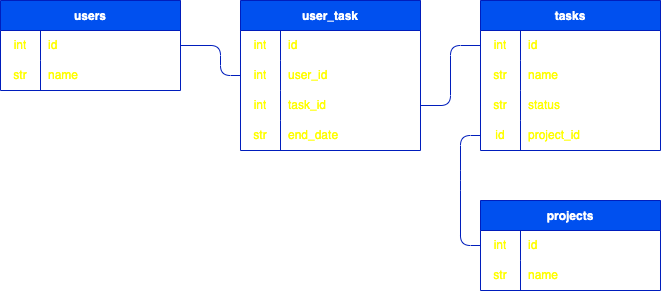
Before: dbdiagram.png, a diagram exported from draw.io (irakush/kanban-board). Source tidied: cells renumbered, new cells last; positions are measured from the earlier drawing's top-left corner, leaving out a move shared by most shapes.
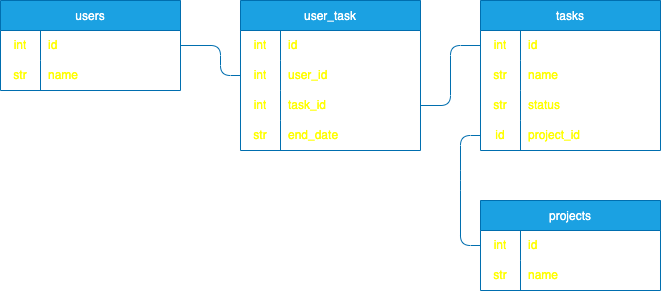
After the commit.

What changed in the source:
```diff
@@ -2,7 +2,7 @@
   <root>
     <mxCell id="0" />
     <mxCell id="1" parent="0" />
-    <mxCell id="2" value="users" style="shape=table;startSize=30;rowLines=0;fontStyle=1;fillColor=#0050ef;fontColor=#ffffff;strokeColor=#001DBC;" parent="1" vertex="1">
+    <mxCell id="2" value="users" style="shape=table;startSize=30;rowLines=0;fontStyle=0;fillColor=#1ba1e2;fontColor=#FFFFFF;strokeColor=#006EAF;" parent="1" vertex="1">
       <mxGeometry width="180" height="90" as="geometry" />
     </mxCell>
     <mxCell id="3" style="shape=tableRow;horizontal=0;startSize=0;swimlaneHead=0;swimlaneBody=0;top=0;left=0;bottom=0;right=0;fillColor=none;points=[[0,0.5],[1,0.5]];portConstraint=eastwest;" parent="2" vertex="1">
@@ -23,7 +23,7 @@
     <mxCell id="8" value="name" style="shape=partialRectangle;html=1;whiteSpace=wrap;fillColor=none;top=0;left=0;bottom=0;right=0;align=left;spacingLeft=6;overflow=hidden;fontColor=#FFFF00;" parent="6" vertex="1">
       <mxGeometry x="40" width="140" height="30" as="geometry" />
     </mxCell>
-    <mxCell id="9" value="tasks" style="shape=table;startSize=30;rowLines=0;fontStyle=1;fillColor=#0050ef;fontColor=#ffffff;strokeColor=#001DBC;" parent="1" vertex="1">
+    <mxCell id="9" value="tasks" style="shape=table;startSize=30;rowLines=0;fontStyle=0;fillColor=#1ba1e2;fontColor=#ffffff;strokeColor=#006EAF;" parent="1" vertex="1">
       <mxGeometry x="480" width="180" height="150" as="geometry" />
     </mxCell>
     <mxCell id="10" style="shape=tableRow;horizontal=0;startSize=0;swimlaneHead=0;swimlaneBody=0;top=0;left=0;bottom=0;right=0;fillColor=none;points=[[0,0.5],[1,0.5]];portConstraint=eastwest;" parent="9" vertex="1">
@@ -62,7 +62,7 @@
     <mxCell id="21" value="project_id" style="shape=partialRectangle;html=1;whiteSpace=wrap;fillColor=none;top=0;left=0;bottom=0;right=0;align=left;spacingLeft=6;overflow=hidden;fontColor=#FFFF00;" parent="19" vertex="1">
       <mxGeometry x="40" width="140" height="30" as="geometry" />
     </mxCell>
-    <mxCell id="22" value="user_task" style="shape=table;startSize=30;rowLines=0;fontStyle=1;fillColor=#0050ef;fontColor=#ffffff;strokeColor=#001DBC;" parent="1" vertex="1">
+    <mxCell id="22" value="user_task" style="shape=table;startSize=30;rowLines=0;fontStyle=0;fillColor=#1ba1e2;fontColor=#ffffff;strokeColor=#006EAF;" parent="1" vertex="1">
       <mxGeometry x="240" width="180" height="150" as="geometry" />
     </mxCell>
     <mxCell id="23" style="shape=tableRow;horizontal=0;startSize=0;swimlaneHead=0;swimlaneBody=0;top=0;left=0;bottom=0;right=0;fillColor=none;" parent="22" vertex="1">
@@ -101,7 +101,7 @@
     <mxCell id="34" value="end_date" style="shape=partialRectangle;html=1;whiteSpace=wrap;fillColor=none;top=0;left=0;bottom=0;right=0;align=left;spacingLeft=6;overflow=hidden;fontColor=#FFFF00;" parent="32" vertex="1">
       <mxGeometry x="40" width="140" height="30" as="geometry" />
     </mxCell>
-    <mxCell id="35" value="projects" style="shape=table;startSize=30;rowLines=0;fontStyle=1;fillColor=#0050ef;fontColor=#ffffff;strokeColor=#001DBC;" parent="1" vertex="1">
+    <mxCell id="35" value="projects" style="shape=table;startSize=30;rowLines=0;fontStyle=0;fillColor=#1ba1e2;fontColor=#ffffff;strokeColor=#006EAF;" parent="1" vertex="1">
       <mxGeometry x="480" y="200" width="180" height="90" as="geometry" />
     </mxCell>
     <mxCell id="36" style="shape=tableRow;horizontal=0;startSize=0;swimlaneHead=0;swimlaneBody=0;top=0;left=0;bottom=0;right=0;fillColor=none;points=[[0,0.5],[1,0.5]];portConstraint=eastwest;" parent="35" vertex="1">
@@ -122,7 +122,7 @@
     <mxCell id="41" value="name" style="shape=partialRectangle;html=1;whiteSpace=wrap;fillColor=none;top=0;left=0;bottom=0;right=0;align=left;spacingLeft=6;overflow=hidden;fontColor=#FFFF00;" parent="39" vertex="1">
       <mxGeometry x="40" width="140" height="30" as="geometry" />
     </mxCell>
-    <mxCell id="42" style="edgeStyle=none;html=1;exitX=1;exitY=0.5;exitDx=0;exitDy=0;entryX=0;entryY=0.5;entryDx=0;entryDy=0;endArrow=none;endFill=0;fillColor=#0050ef;strokeColor=#001DBC;" parent="1" edge="1" source="3" target="26">
+    <mxCell id="42" style="edgeStyle=none;html=1;exitX=1;exitY=0.5;exitDx=0;exitDy=0;entryX=0;entryY=0.5;entryDx=0;entryDy=0;endArrow=none;endFill=0;fillColor=#1ba1e2;strokeColor=#006EAF;" parent="1" edge="1" source="3" target="26">
       <mxGeometry relative="1" as="geometry">
         <Array as="points">
           <mxPoint x="220" y="45" />
@@ -130,7 +130,7 @@
         </Array>
       </mxGeometry>
     </mxCell>
-    <mxCell id="43" style="edgeStyle=none;html=1;exitX=0;exitY=0.5;exitDx=0;exitDy=0;entryX=1;entryY=0.5;entryDx=0;entryDy=0;endArrow=none;endFill=0;fillColor=#0050ef;strokeColor=#001DBC;" parent="1" edge="1" source="10" target="29">
+    <mxCell id="43" style="edgeStyle=none;html=1;exitX=0;exitY=0.5;exitDx=0;exitDy=0;entryX=1;entryY=0.5;entryDx=0;entryDy=0;endArrow=none;endFill=0;fillColor=#1ba1e2;strokeColor=#006EAF;" parent="1" edge="1" source="10" target="29">
       <mxGeometry relative="1" as="geometry">
         <Array as="points">
           <mxPoint x="450" y="45" />
@@ -138,7 +138,7 @@
         </Array>
       </mxGeometry>
     </mxCell>
-    <mxCell id="44" style="edgeStyle=none;html=1;exitX=0;exitY=0.5;exitDx=0;exitDy=0;entryX=0;entryY=0.5;entryDx=0;entryDy=0;endArrow=none;endFill=0;fillColor=#0050ef;strokeColor=#001DBC;" parent="1" edge="1" source="36" target="19">
+    <mxCell id="44" style="edgeStyle=none;html=1;exitX=0;exitY=0.5;exitDx=0;exitDy=0;entryX=0;entryY=0.5;entryDx=0;entryDy=0;endArrow=none;endFill=0;fillColor=#1ba1e2;strokeColor=#006EAF;" parent="1" edge="1" source="36" target="19">
       <mxGeometry relative="1" as="geometry">
         <Array as="points">
           <mxPoint x="460" y="245" />
```
